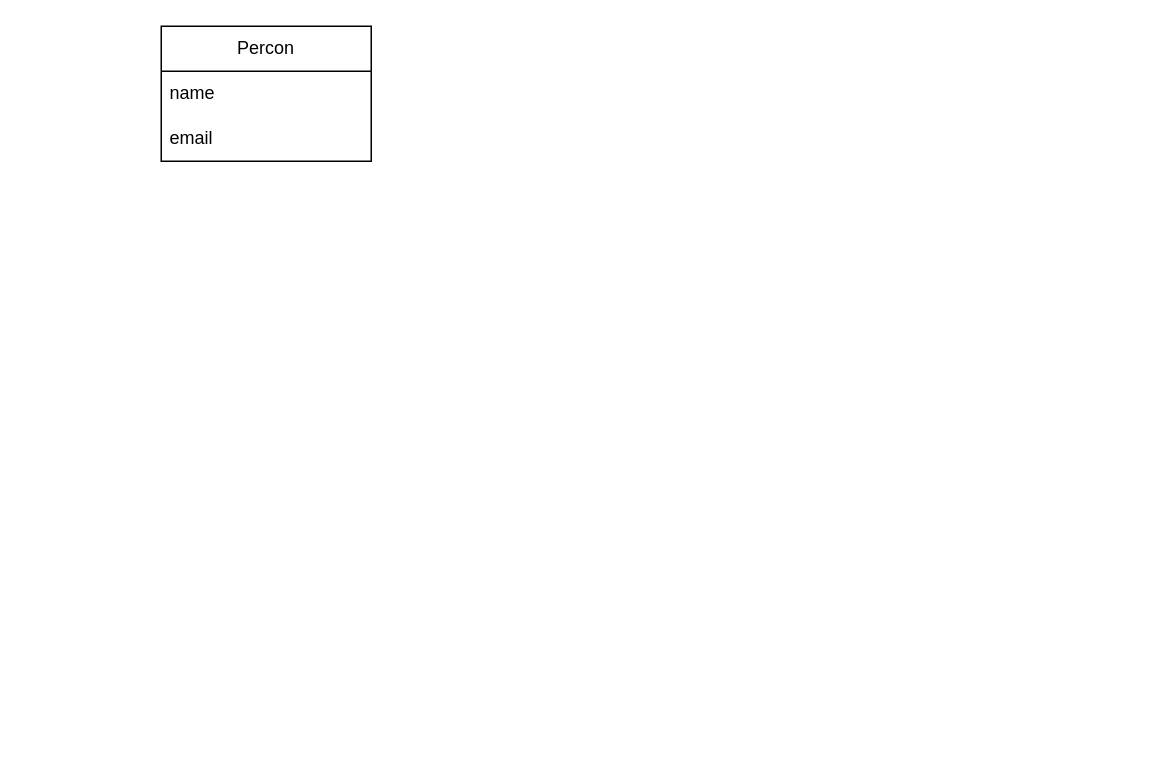
Above: mmo_rpg_site.drawio in Scykorr/mmorpg_site (draw.io), before the change. Source tidied: cells renumbered, new cells numbered last; positions are measured from the earlier drawing's top-left corner, leaving out a move shared by most shapes. Both pictures are drawn from the tidied source at 150%, with x=0, y=0 at pixel (160, 26).
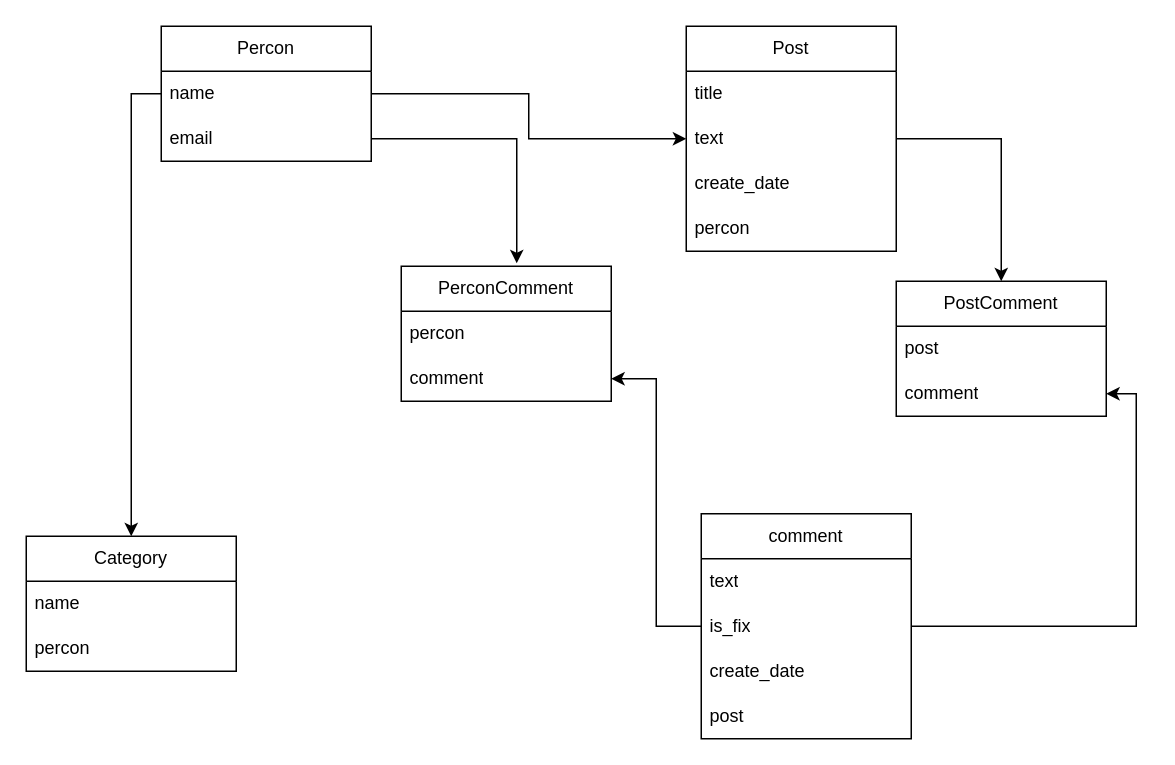
Above is the later version.

The change refers to these unchanged cells:
```xml
<mxCell id="3" value="name" style="text;strokeColor=none;fillColor=none;align=left;verticalAlign=middle;spacingLeft=4;spacingRight=4;overflow=hidden;points=[[0,0.5],[1,0.5]];portConstraint=eastwest;whiteSpace=wrap;html=1;" parent="2" vertex="1">
  <mxGeometry y="30" width="140" height="30" as="geometry" />
</mxCell>
<mxCell id="4" value="email" style="text;strokeColor=none;fillColor=none;align=left;verticalAlign=middle;spacingLeft=4;spacingRight=4;overflow=hidden;points=[[0,0.5],[1,0.5]];portConstraint=eastwest;whiteSpace=wrap;html=1;" parent="2" vertex="1">
  <mxGeometry y="60" width="140" height="30" as="geometry" />
</mxCell>
```

What changed in the source:
```diff
@@
+    <mxCell id="5" value="Post" style="swimlane;fontStyle=0;horizontal=1;startSize=30;whiteSpace=wrap;html=1;" parent="1" vertex="1">
+      <mxGeometry x="350" width="140" height="150" as="geometry" />
+    </mxCell>
+    <mxCell id="6" value="title" style="text;strokeColor=none;fillColor=none;align=left;verticalAlign=middle;spacingLeft=4;spacingRight=4;overflow=hidden;whiteSpace=wrap;html=1;" parent="5" vertex="1">
+      <mxGeometry y="30" width="140" height="30" as="geometry" />
+    </mxCell>
+    <mxCell id="7" value="text" style="text;strokeColor=none;fillColor=none;align=left;verticalAlign=middle;spacingLeft=4;spacingRight=4;overflow=hidden;points=[[0,0.5],[1,0.5]];portConstraint=eastwest;whiteSpace=wrap;html=1;" parent="5" vertex="1">
+      <mxGeometry y="60" width="140" height="30" as="geometry" />
+    </mxCell>
+    <mxCell id="8" value="create_date" style="text;strokeColor=none;fillColor=none;align=left;verticalAlign=middle;spacingLeft=4;spacingRight=4;overflow=hidden;whiteSpace=wrap;html=1;" parent="5" vertex="1">
+      <mxGeometry y="90" width="140" height="30" as="geometry" />
+    </mxCell>
+    <mxCell id="9" value="percon" style="text;strokeColor=none;fillColor=none;align=left;verticalAlign=middle;spacingLeft=4;spacingRight=4;overflow=hidden;whiteSpace=wrap;html=1;" parent="5" vertex="1">
+      <mxGeometry y="120" width="140" height="30" as="geometry" />
+    </mxCell>
+    <mxCell id="10" value="comment" style="swimlane;fontStyle=0;horizontal=1;startSize=30;whiteSpace=wrap;html=1;" parent="1" vertex="1">
+      <mxGeometry x="360" y="325" width="140" height="150" as="geometry" />
+    </mxCell>
+    <mxCell id="11" value="text" style="text;strokeColor=none;fillColor=none;align=left;verticalAlign=middle;spacingLeft=4;spacingRight=4;overflow=hidden;whiteSpace=wrap;html=1;" parent="10" vertex="1">
+      <mxGeometry y="30" width="140" height="30" as="geometry" />
+    </mxCell>
+    <mxCell id="12" value="is_fix" style="text;strokeColor=none;fillColor=none;align=left;verticalAlign=middle;spacingLeft=4;spacingRight=4;overflow=hidden;points=[[0,0.5],[1,0.5]];portConstraint=eastwest;whiteSpace=wrap;html=1;" parent="10" vertex="1">
+      <mxGeometry y="60" width="140" height="30" as="geometry" />
+    </mxCell>
+    <mxCell id="13" value="create_date" style="text;strokeColor=none;fillColor=none;align=left;verticalAlign=middle;spacingLeft=4;spacingRight=4;overflow=hidden;whiteSpace=wrap;html=1;" parent="10" vertex="1">
+      <mxGeometry y="90" width="140" height="30" as="geometry" />
+    </mxCell>
+    <mxCell id="14" value="post" style="text;strokeColor=none;fillColor=none;align=left;verticalAlign=middle;spacingLeft=4;spacingRight=4;overflow=hidden;whiteSpace=wrap;html=1;" parent="10" vertex="1">
+      <mxGeometry y="120" width="140" height="30" as="geometry" />
+    </mxCell>
+    <mxCell id="15" value="Category" style="swimlane;fontStyle=0;horizontal=1;startSize=30;whiteSpace=wrap;html=1;" parent="1" vertex="1">
+      <mxGeometry x="-90" y="340" width="140" height="90" as="geometry" />
+    </mxCell>
+    <mxCell id="16" value="name" style="text;strokeColor=none;fillColor=none;align=left;verticalAlign=middle;spacingLeft=4;spacingRight=4;overflow=hidden;whiteSpace=wrap;html=1;" parent="15" vertex="1">
+      <mxGeometry y="30" width="140" height="30" as="geometry" />
+    </mxCell>
+    <mxCell id="17" value="percon" style="text;strokeColor=none;fillColor=none;align=left;verticalAlign=middle;spacingLeft=4;spacingRight=4;overflow=hidden;whiteSpace=wrap;html=1;" parent="15" vertex="1">
+      <mxGeometry y="60" width="140" height="30" as="geometry" />
+    </mxCell>
+    <mxCell id="18" style="edgeStyle=orthogonalEdgeStyle;rounded=0;jettySize=auto;html=1;exitX=0;exitY=0.5;exitDx=0;exitDy=0;entryX=0.5;entryY=0;entryDx=0;entryDy=0;" parent="1" edge="1" source="3" target="15">
+      <mxGeometry relative="1" as="geometry" />
+    </mxCell>
+    <mxCell id="19" style="edgeStyle=orthogonalEdgeStyle;rounded=0;jettySize=auto;html=1;exitX=1;exitY=0.5;exitDx=0;exitDy=0;entryX=0;entryY=0.5;entryDx=0;entryDy=0;" parent="1" edge="1" source="3" target="7">
+      <mxGeometry relative="1" as="geometry" />
+    </mxCell>
+    <mxCell id="20" value="PerconComment" style="swimlane;fontStyle=0;horizontal=1;startSize=30;whiteSpace=wrap;html=1;" parent="1" vertex="1">
+      <mxGeometry x="160" y="160" width="140" height="90" as="geometry" />
+    </mxCell>
+    <mxCell id="21" value="percon" style="text;strokeColor=none;fillColor=none;align=left;verticalAlign=middle;spacingLeft=4;spacingRight=4;overflow=hidden;whiteSpace=wrap;html=1;" parent="20" vertex="1">
+      <mxGeometry y="30" width="140" height="30" as="geometry" />
+    </mxCell>
+    <mxCell id="22" value="comment" style="text;strokeColor=none;fillColor=none;align=left;verticalAlign=middle;spacingLeft=4;spacingRight=4;overflow=hidden;points=[[0,0.5],[1,0.5]];portConstraint=eastwest;whiteSpace=wrap;html=1;" parent="20" vertex="1">
+      <mxGeometry y="60" width="140" height="30" as="geometry" />
+    </mxCell>
+    <mxCell id="23" style="edgeStyle=orthogonalEdgeStyle;rounded=0;jettySize=auto;html=1;exitX=1;exitY=0.5;exitDx=0;exitDy=0;entryX=0.55;entryY=-0.022;entryDx=0;entryDy=0;entryPerimeter=0;" parent="1" edge="1" source="4" target="20">
+      <mxGeometry relative="1" as="geometry" />
+    </mxCell>
+    <mxCell id="24" style="edgeStyle=orthogonalEdgeStyle;rounded=0;jettySize=auto;html=1;exitX=0;exitY=0.5;exitDx=0;exitDy=0;entryX=1;entryY=0.5;entryDx=0;entryDy=0;" parent="1" edge="1" source="12" target="22">
+      <mxGeometry relative="1" as="geometry" />
+    </mxCell>
+    <mxCell id="25" value="PostComment" style="swimlane;fontStyle=0;horizontal=1;startSize=30;whiteSpace=wrap;html=1;" parent="1" vertex="1">
+      <mxGeometry x="490" y="170" width="140" height="90" as="geometry" />
+    </mxCell>
+    <mxCell id="26" value="post" style="text;strokeColor=none;fillColor=none;align=left;verticalAlign=middle;spacingLeft=4;spacingRight=4;overflow=hidden;whiteSpace=wrap;html=1;" parent="25" vertex="1">
+      <mxGeometry y="30" width="140" height="30" as="geometry" />
+    </mxCell>
+    <mxCell id="27" value="comment" style="text;strokeColor=none;fillColor=none;align=left;verticalAlign=middle;spacingLeft=4;spacingRight=4;overflow=hidden;points=[[0,0.5],[1,0.5]];portConstraint=eastwest;whiteSpace=wrap;html=1;" parent="25" vertex="1">
+      <mxGeometry y="60" width="140" height="30" as="geometry" />
+    </mxCell>
+    <mxCell id="28" style="edgeStyle=orthogonalEdgeStyle;rounded=0;jettySize=auto;html=1;exitX=1;exitY=0.5;exitDx=0;exitDy=0;entryX=0.5;entryY=0;entryDx=0;entryDy=0;" parent="1" edge="1" source="7" target="25">
+      <mxGeometry relative="1" as="geometry" />
+    </mxCell>
+    <mxCell id="29" style="edgeStyle=orthogonalEdgeStyle;rounded=0;jettySize=auto;html=1;exitX=1;exitY=0.5;exitDx=0;exitDy=0;entryX=1;entryY=0.5;entryDx=0;entryDy=0;" parent="1" edge="1" source="12" target="27">
+      <mxGeometry relative="1" as="geometry" />
+    </mxCell>
```
